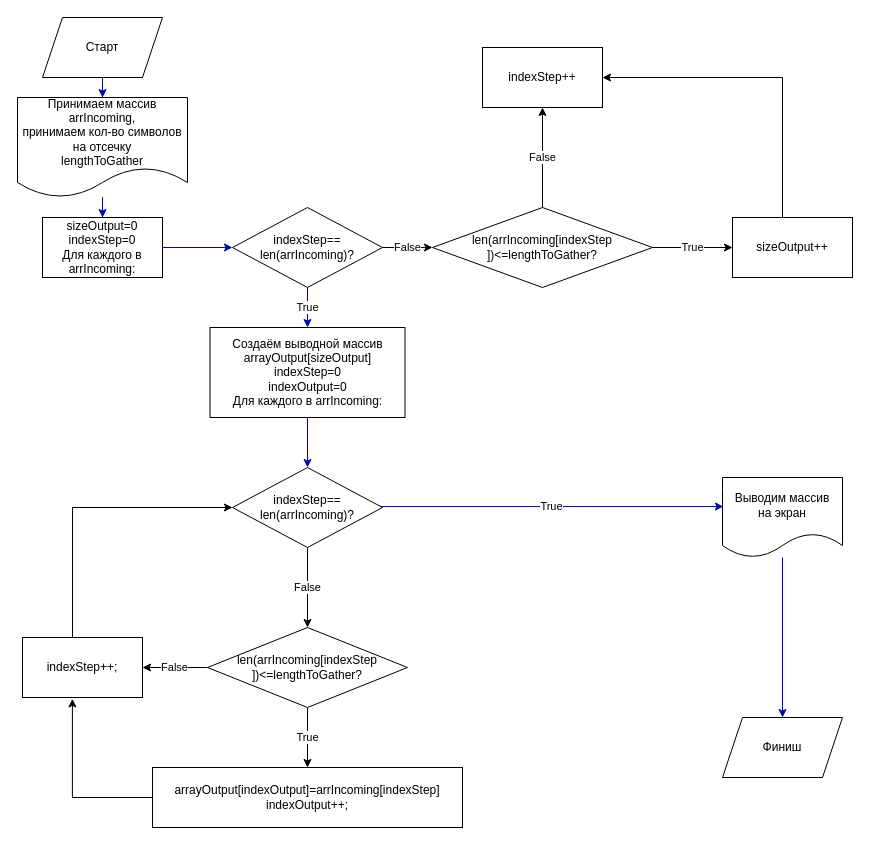
Before: scheme.drawio in am1bestofluck/SpecExam, a draw.io diagram. Source tidied: cells renumbered, new cells numbered last; positions are measured from the earlier drawing's top-left corner, leaving out a move shared by most shapes. Both pictures are drawn from the tidied source at 100%, with x=0, y=0 at pixel (17, 17).
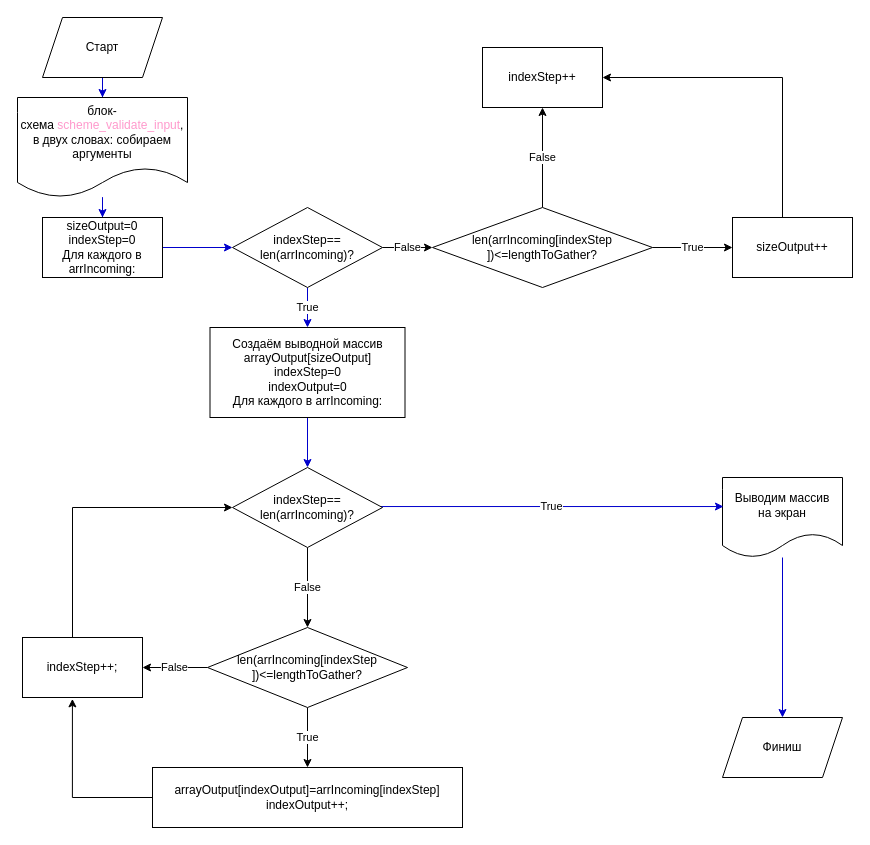
The same page after the edit.

Commit message:
scheme validate input

Diff of the diagram source:
```diff
@@
-    <mxCell id="6" value="Принимаем массив&lt;br&gt;arrIncoming,&lt;br&gt;принимаем кол-во символов на отсечку&lt;br&gt;lengthToGather" style="shape=document;whiteSpace=wrap;html=1;boundedLbl=1;" parent="1" vertex="1">
+    <mxCell id="6" value="блок-схема&amp;nbsp;&lt;font color=&quot;#ff99cc&quot;&gt;scheme_validate_input&lt;/font&gt;, в двух словах: собираем аргументы" style="shape=document;whiteSpace=wrap;html=1;boundedLbl=1;" parent="1" vertex="1">
       <mxGeometry y="80" width="170" height="100" as="geometry" />
     </mxCell>
```
